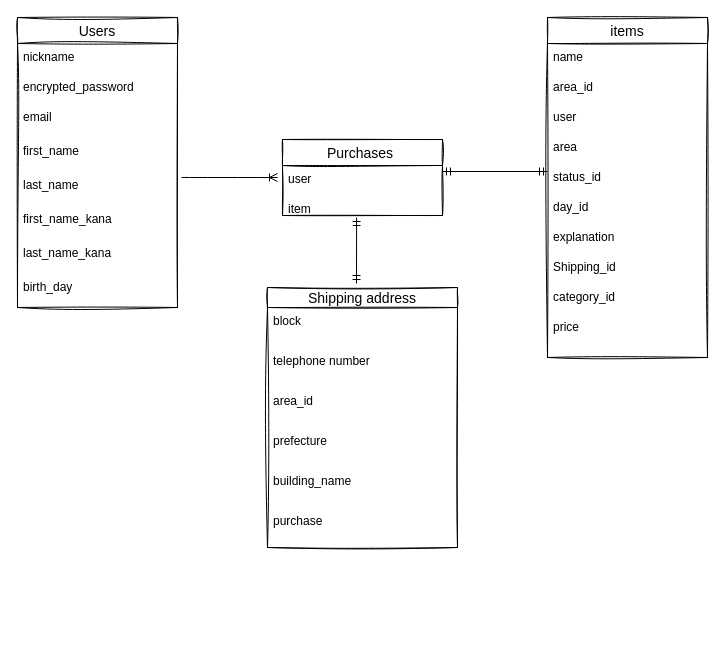
Earlier version of the draw.io diagram test.dio (hiroki917/furima-36021). Source tidied: cells renumbered, new cells numbered last; positions are measured from the earlier drawing's top-left corner, leaving out a move shared by most shapes. Both pictures are drawn from the tidied source at 100%, with x=0, y=0 at pixel (17, 17).
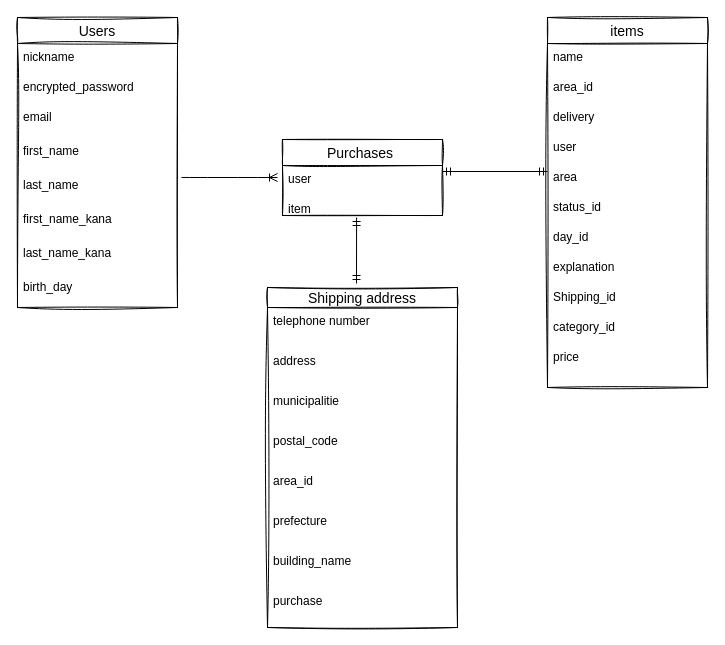
The same diagram, later.

Commit message (it also covers changes not shown here):
データーベース３

What changed in the source:
```diff
@@
     <mxCell id="11" value="items" style="swimlane;fontStyle=0;horizontal=1;startSize=26;align=center;fontSize=14;sketch=1;" parent="1" vertex="1">
-      <mxGeometry x="530" width="160" height="340" as="geometry" />
+      <mxGeometry x="530" width="160" height="370" as="geometry" />
     </mxCell>
@@
+    <mxCell id="35" value="area_id" style="text;strokeColor=none;fillColor=none;spacingLeft=4;spacingRight=4;overflow=hidden;fontSize=12;" parent="11" vertex="1">
+      <mxGeometry y="56" width="160" height="30" as="geometry" />
+    </mxCell>
-    <mxCell id="13" value="area_id" style="text;strokeColor=none;fillColor=none;spacingLeft=4;spacingRight=4;overflow=hidden;fontSize=12;" parent="11" vertex="1">
-      <mxGeometry y="56" width="160" height="30" as="geometry" />
+    <mxCell id="13" value="delivery" style="text;strokeColor=none;fillColor=none;spacingLeft=4;spacingRight=4;overflow=hidden;fontSize=12;" parent="11" vertex="1">
+      <mxGeometry y="86" width="160" height="30" as="geometry" />
     </mxCell>
     <mxCell id="14" value="user" style="text;strokeColor=none;fillColor=none;spacingLeft=4;spacingRight=4;overflow=hidden;fontSize=12;" parent="11" vertex="1">
-      <mxGeometry y="86" width="160" height="30" as="geometry" />
+      <mxGeometry y="116" width="160" height="30" as="geometry" />
     </mxCell>
     <mxCell id="15" value="area " style="text;strokeColor=none;fillColor=none;spacingLeft=4;spacingRight=4;overflow=hidden;fontSize=12;" parent="11" vertex="1">
-      <mxGeometry y="116" width="160" height="30" as="geometry" />
+      <mxGeometry y="146" width="160" height="30" as="geometry" />
     </mxCell>
     <mxCell id="16" value="status_id" style="text;strokeColor=none;fillColor=none;spacingLeft=4;spacingRight=4;overflow=hidden;fontSize=12;" parent="11" vertex="1">
-      <mxGeometry y="146" width="160" height="30" as="geometry" />
+      <mxGeometry y="176" width="160" height="30" as="geometry" />
     </mxCell>
     <mxCell id="17" value="day_id" style="text;strokeColor=none;fillColor=none;spacingLeft=4;spacingRight=4;overflow=hidden;fontSize=12;" parent="11" vertex="1">
-      <mxGeometry y="176" width="160" height="30" as="geometry" />
+      <mxGeometry y="206" width="160" height="30" as="geometry" />
     </mxCell>
     <mxCell id="18" value="explanation" style="text;strokeColor=none;fillColor=none;spacingLeft=4;spacingRight=4;overflow=hidden;fontSize=12;" parent="11" vertex="1">
-      <mxGeometry y="206" width="160" height="30" as="geometry" />
+      <mxGeometry y="236" width="160" height="30" as="geometry" />
     </mxCell>
     <mxCell id="19" value="Shipping_id" style="text;strokeColor=none;fillColor=none;spacingLeft=4;spacingRight=4;overflow=hidden;fontSize=12;" parent="11" vertex="1">
-      <mxGeometry y="236" width="160" height="30" as="geometry" />
+      <mxGeometry y="266" width="160" height="30" as="geometry" />
     </mxCell>
     <mxCell id="20" value="category_id" style="text;strokeColor=none;fillColor=none;spacingLeft=4;spacingRight=4;overflow=hidden;fontSize=12;" parent="11" vertex="1">
-      <mxGeometry y="266" width="160" height="30" as="geometry" />
+      <mxGeometry y="296" width="160" height="30" as="geometry" />
     </mxCell>
     <mxCell id="21" value="price" style="text;strokeColor=none;fillColor=none;spacingLeft=4;spacingRight=4;overflow=hidden;fontSize=12;" parent="11" vertex="1">
-      <mxGeometry y="296" width="160" height="44" as="geometry" />
+      <mxGeometry y="326" width="160" height="44" as="geometry" />
     </mxCell>
@@
     <mxCell id="25" value="Shipping address" style="swimlane;fontStyle=0;horizontal=1;startSize=20;align=center;fontSize=14;sketch=1;" parent="1" vertex="1">
-      <mxGeometry x="250" y="270" width="190" height="260" as="geometry" />
+      <mxGeometry x="250" y="270" width="190" height="340" as="geometry" />
     </mxCell>
-    <mxCell id="26" value="block" style="text;strokeColor=none;fillColor=none;spacingLeft=4;spacingRight=4;overflow=hidden;fontSize=12;" parent="25" vertex="1">
-      <mxGeometry y="20" width="190" height="40" as="geometry" />
-    </mxCell>
+    <mxCell id="36" value="telephone number" style="text;strokeColor=none;fillColor=none;spacingLeft=4;spacingRight=4;overflow=hidden;fontSize=12;" parent="25" vertex="1">
+      <mxGeometry y="20" width="190" height="40" as="geometry" />
+    </mxCell>
+    <mxCell id="37" value="address" style="text;strokeColor=none;fillColor=none;spacingLeft=4;spacingRight=4;overflow=hidden;fontSize=12;" parent="25" vertex="1">
+      <mxGeometry y="60" width="190" height="40" as="geometry" />
+    </mxCell>
+    <mxCell id="38" value="municipalitie" style="text;strokeColor=none;fillColor=none;spacingLeft=4;spacingRight=4;overflow=hidden;fontSize=12;" parent="25" vertex="1">
+      <mxGeometry y="100" width="190" height="40" as="geometry" />
+    </mxCell>
-    <mxCell id="27" value="telephone number" style="text;strokeColor=none;fillColor=none;spacingLeft=4;spacingRight=4;overflow=hidden;fontSize=12;" parent="25" vertex="1">
-      <mxGeometry y="60" width="190" height="40" as="geometry" />
+    <mxCell id="27" value="postal_code " style="text;strokeColor=none;fillColor=none;spacingLeft=4;spacingRight=4;overflow=hidden;fontSize=12;" parent="25" vertex="1">
+      <mxGeometry y="140" width="190" height="40" as="geometry" />
     </mxCell>
     <mxCell id="28" value="area_id" style="text;strokeColor=none;fillColor=none;spacingLeft=4;spacingRight=4;overflow=hidden;fontSize=12;" parent="25" vertex="1">
-      <mxGeometry y="100" width="190" height="40" as="geometry" />
+      <mxGeometry y="180" width="190" height="40" as="geometry" />
     </mxCell>
     <mxCell id="29" value="prefecture" style="text;strokeColor=none;fillColor=none;spacingLeft=4;spacingRight=4;overflow=hidden;fontSize=12;" parent="25" vertex="1">
-      <mxGeometry y="140" width="190" height="40" as="geometry" />
+      <mxGeometry y="220" width="190" height="40" as="geometry" />
     </mxCell>
     <mxCell id="30" value="building_name" style="text;strokeColor=none;fillColor=none;spacingLeft=4;spacingRight=4;overflow=hidden;fontSize=12;" parent="25" vertex="1">
-      <mxGeometry y="180" width="190" height="40" as="geometry" />
+      <mxGeometry y="260" width="190" height="40" as="geometry" />
     </mxCell>
     <mxCell id="31" value="purchase" style="text;strokeColor=none;fillColor=none;spacingLeft=4;spacingRight=4;overflow=hidden;fontSize=12;" parent="25" vertex="1">
-      <mxGeometry y="220" width="190" height="40" as="geometry" />
+      <mxGeometry y="300" width="190" height="40" as="geometry" />
     </mxCell>
```
